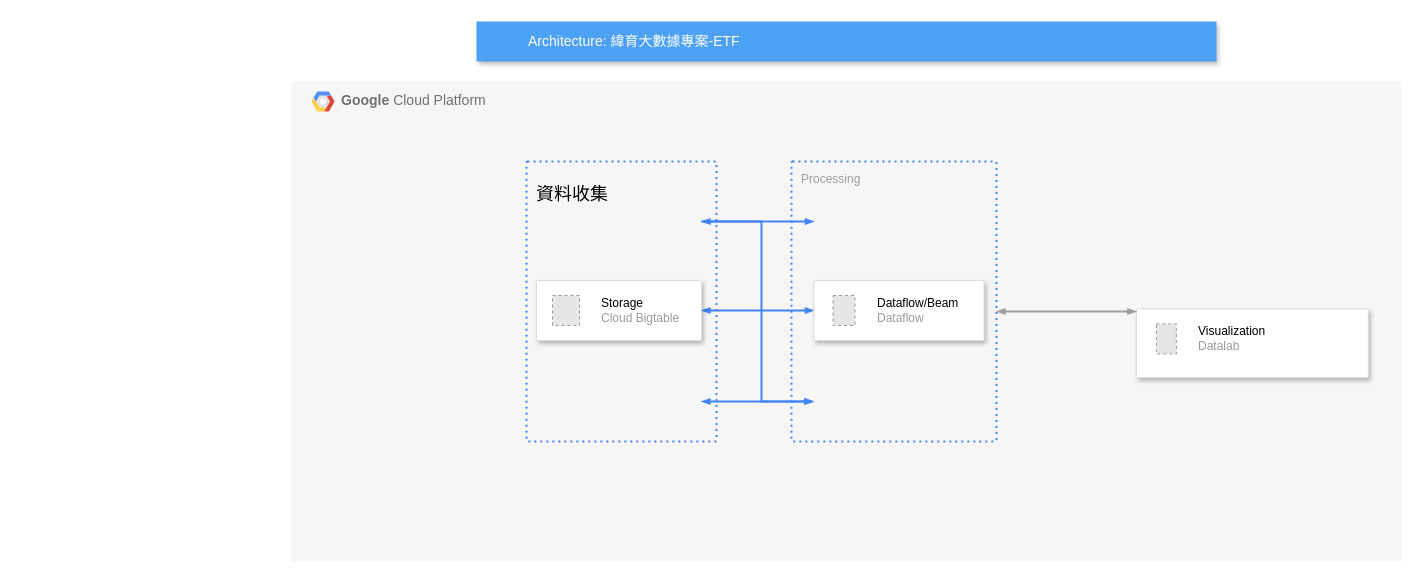
The draw.io diagram 未命名圖表.drawio in DeanNate/ArchitectureDiagram, before the edit. Source tidied: cells renumbered, new cells numbered last; positions are measured from the earlier drawing's top-left corner, leaving out a move shared by most shapes. Both pictures are drawn from the tidied source at 100%, with x=0, y=0 at pixel (291, 21). Pictures stored in the file or linked from it are replaced by grey dashed boxes.
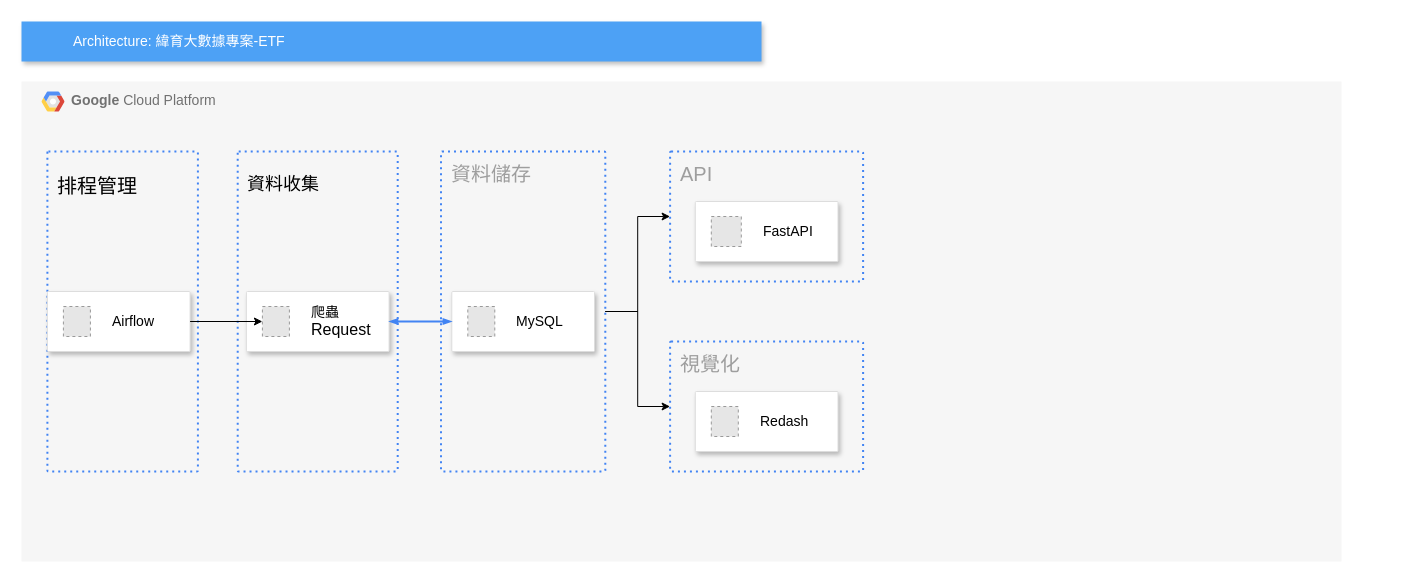
The same page after the edit.

Commit message:
更新未命名圖表.drawio

What changed in the source:
```diff
@@
     <mxCell id="2" value="&lt;b&gt;Google &lt;/b&gt;Cloud Platform" style="fillColor=#F6F6F6;strokeColor=none;shadow=0;gradientColor=none;fontSize=14;align=left;spacing=10;fontColor=#717171;9E9E9E;verticalAlign=top;spacingTop=-4;fontStyle=0;spacingLeft=40;html=1;" parent="1" vertex="1">
-      <mxGeometry y="60" width="1110" height="480" as="geometry" />
+      <mxGeometry x="-270" y="60" width="1320" height="480" as="geometry" />
     </mxCell>
@@
-    <mxCell id="4" style="strokeColor=#dddddd;shadow=1;strokeWidth=1;rounded=1;absoluteArcSize=1;arcSize=2;" parent="2" vertex="1">
-      <mxGeometry x="844.9" y="227.4" width="231.9" height="68.6" as="geometry" />
-    </mxCell>
-    <mxCell id="5" value="&lt;font color=&quot;#000000&quot;&gt;Visualization&lt;/font&gt;&lt;br&gt;Datalab" style="fillColor=#E6E6E6;strokeColor=#999999;dashed=1;html=1;fontColor=#999999;verticalLabelPosition=middle;verticalAlign=middle;labelPosition=right;align=left;spacingLeft=20;" parent="4" vertex="1">
-      <mxGeometry width="20" height="30" relative="1" as="geometry">
-        <mxPoint x="20" y="15" as="offset" />
-      </mxGeometry>
-    </mxCell>
-    <mxCell id="6" value="Processing" style="rounded=1;absoluteArcSize=1;arcSize=2;html=1;strokeColor=#4284F3;gradientColor=none;shadow=0;dashed=1;fontSize=12;fontColor=#9E9E9E;align=left;verticalAlign=top;spacing=10;spacingTop=-4;fillColor=none;dashPattern=1 2;strokeWidth=2;" parent="1" vertex="1">
-      <mxGeometry x="500" y="140" width="205" height="280" as="geometry" />
-    </mxCell>
+    <mxCell id="18" value="&lt;p&gt;&lt;font style=&quot;color: rgb(0, 0, 0); font-size: 20px;&quot;&gt;排程管理&lt;/font&gt;&lt;/p&gt;" style="rounded=1;absoluteArcSize=1;arcSize=2;html=1;strokeColor=#4284F3;gradientColor=none;shadow=0;dashed=1;fontSize=12;fontColor=#9E9E9E;align=left;verticalAlign=top;spacing=10;spacingTop=-4;fillColor=none;dashPattern=1 2;strokeWidth=2;" parent="2" vertex="1">
+      <mxGeometry x="25.9" y="70" width="150.5" height="320" as="geometry" />
+    </mxCell>
+    <mxCell id="19" style="strokeColor=#dddddd;shadow=1;strokeWidth=1;rounded=1;absoluteArcSize=1;arcSize=2;" parent="2" vertex="1">
+      <mxGeometry x="25.9" y="210" width="142.7" height="60" as="geometry" />
+    </mxCell>
+    <mxCell id="20" value="&lt;font style=&quot;font-size: 14px;&quot; color=&quot;#000000&quot;&gt;Airflow&lt;/font&gt;" style="fillColor=#E6E6E6;strokeColor=#999999;dashed=1;html=1;fontColor=#999999;verticalLabelPosition=middle;verticalAlign=middle;labelPosition=right;align=left;spacingLeft=20;" parent="19" vertex="1">
+      <mxGeometry width="27" height="30" relative="1" as="geometry">
+        <mxPoint x="16" y="15" as="offset" />
+      </mxGeometry>
+    </mxCell>
-    <mxCell id="7" value="&lt;p&gt;&lt;font style=&quot;font-size: 18px; color: rgb(0, 0, 0);&quot;&gt;資料收集&lt;/font&gt;&lt;/p&gt;" style="rounded=1;absoluteArcSize=1;arcSize=2;html=1;strokeColor=#4284F3;gradientColor=none;shadow=0;dashed=1;fontSize=12;fontColor=#9E9E9E;align=left;verticalAlign=top;spacing=10;spacingTop=-4;fillColor=none;dashPattern=1 2;strokeWidth=2;" parent="1" vertex="1">
-      <mxGeometry x="235" y="140" width="190" height="280" as="geometry" />
+    <mxCell id="7" value="&lt;p&gt;&lt;font style=&quot;font-size: 18px; color: rgb(0, 0, 0);&quot;&gt;資料收集&lt;/font&gt;&lt;/p&gt;" style="rounded=1;absoluteArcSize=1;arcSize=2;html=1;strokeColor=#4284F3;gradientColor=none;shadow=0;dashed=1;fontSize=12;fontColor=#9E9E9E;align=left;verticalAlign=top;spacing=10;spacingTop=-4;fillColor=none;dashPattern=1 2;strokeWidth=2;" parent="2" vertex="1">
+      <mxGeometry x="216.2" y="70" width="160" height="320" as="geometry" />
     </mxCell>
-    <mxCell id="8" value="Architecture: 緯育大數據專案-ETF" style="fillColor=#4DA1F5;strokeColor=none;shadow=1;gradientColor=none;fontSize=14;align=left;spacingLeft=50;fontColor=#ffffff;html=1;" parent="1" vertex="1">
-      <mxGeometry x="185" width="740" height="40" as="geometry" />
-    </mxCell>
-    <mxCell id="9" style="edgeStyle=orthogonalEdgeStyle;rounded=0;html=1;labelBackgroundColor=none;startFill=1;startSize=4;endArrow=blockThin;endFill=1;endSize=4;jettySize=auto;strokeColor=#4284F3;strokeWidth=2;fontSize=12;fontColor=#000000;align=center;dashed=0;startArrow=blockThin;" parent="1" edge="1" source="14" target="16">
-      <mxGeometry relative="1" as="geometry" />
-    </mxCell>
-    <mxCell id="10" style="edgeStyle=orthogonalEdgeStyle;rounded=0;html=1;labelBackgroundColor=none;startFill=1;startSize=4;endArrow=blockThin;endFill=1;endSize=4;jettySize=auto;orthogonalLoop=1;strokeColor=#4284F3;strokeWidth=2;fontSize=12;fontColor=#000000;align=center;dashed=0;startArrow=blockThin;" parent="1" edge="1">
-      <mxGeometry relative="1" as="geometry">
-        <mxPoint x="410" y="380" as="sourcePoint" />
-        <mxPoint x="522" y="380" as="targetPoint" />
-      </mxGeometry>
-    </mxCell>
-    <mxCell id="11" style="edgeStyle=orthogonalEdgeStyle;rounded=0;html=1;labelBackgroundColor=none;startFill=1;startSize=4;endArrow=blockThin;endFill=1;endSize=4;jettySize=auto;strokeColor=#9E9E9E;strokeWidth=2;fontSize=12;fontColor=#000000;align=center;dashed=0;startArrow=blockThin;" parent="1" edge="1" source="6" target="4">
-      <mxGeometry relative="1" as="geometry">
-        <Array as="points">
-          <mxPoint x="725" y="290" />
-          <mxPoint x="725" y="290" />
-        </Array>
-      </mxGeometry>
-    </mxCell>
-    <mxCell id="12" style="edgeStyle=orthogonalEdgeStyle;rounded=0;html=1;labelBackgroundColor=none;startFill=1;startSize=4;endArrow=blockThin;endFill=1;endSize=4;jettySize=auto;orthogonalLoop=1;strokeColor=#4284F3;strokeWidth=2;fontSize=12;fontColor=#000000;align=center;dashed=0;" parent="1" edge="1">
-      <mxGeometry relative="1" as="geometry">
-        <mxPoint x="410" y="200" as="sourcePoint" />
-        <mxPoint x="522.5" y="200" as="targetPoint" />
-      </mxGeometry>
-    </mxCell>
-    <mxCell id="13" style="edgeStyle=orthogonalEdgeStyle;rounded=0;html=1;labelBackgroundColor=none;startFill=1;startSize=4;endArrow=blockThin;endFill=1;endSize=4;jettySize=auto;orthogonalLoop=1;strokeColor=#4284F3;strokeWidth=2;fontSize=12;fontColor=#000000;align=center;dashed=0;startArrow=blockThin;" parent="1" edge="1">
-      <mxGeometry relative="1" as="geometry">
-        <mxPoint x="410" y="200" as="sourcePoint" />
-        <mxPoint x="522" y="380" as="targetPoint" />
-        <Array as="points">
-          <mxPoint x="470" y="200" />
-          <mxPoint x="470" y="380" />
-        </Array>
-      </mxGeometry>
-    </mxCell>
-    <mxCell id="14" style="strokeColor=#dddddd;shadow=1;strokeWidth=1;rounded=1;absoluteArcSize=1;arcSize=2;" parent="1" vertex="1">
-      <mxGeometry x="245" y="259" width="165" height="60" as="geometry" />
+    <mxCell id="14" style="strokeColor=#dddddd;shadow=1;strokeWidth=1;rounded=1;absoluteArcSize=1;arcSize=2;" parent="2" vertex="1">
+      <mxGeometry x="224.9" y="210" width="142.7" height="60" as="geometry" />
     </mxCell>
-    <mxCell id="15" value="&lt;font color=&quot;#000000&quot;&gt;Storage&lt;/font&gt;&lt;br&gt;Cloud Bigtable" style="fillColor=#E6E6E6;strokeColor=#999999;dashed=1;html=1;fontColor=#999999;verticalLabelPosition=middle;verticalAlign=middle;labelPosition=right;align=left;spacingLeft=20;" parent="14" vertex="1">
+    <mxCell id="15" value="&lt;font style=&quot;font-size: 14px;&quot; color=&quot;#000000&quot;&gt;爬蟲&lt;/font&gt;&lt;div&gt;&lt;font size=&quot;3&quot; color=&quot;#000000&quot;&gt;Request&lt;/font&gt;&lt;/div&gt;" style="fillColor=#E6E6E6;strokeColor=#999999;dashed=1;html=1;fontColor=#999999;verticalLabelPosition=middle;verticalAlign=middle;labelPosition=right;align=left;spacingLeft=20;" parent="14" vertex="1">
       <mxGeometry width="27" height="30" relative="1" as="geometry">
         <mxPoint x="16" y="15" as="offset" />
       </mxGeometry>
     </mxCell>
-    <mxCell id="16" style="strokeColor=#dddddd;shadow=1;strokeWidth=1;rounded=1;absoluteArcSize=1;arcSize=2;" parent="1" vertex="1">
-      <mxGeometry x="522.5" y="259" width="170" height="60" as="geometry" />
-    </mxCell>
-    <mxCell id="17" value="&lt;font color=&quot;#000000&quot;&gt;Dataflow/Beam&lt;/font&gt;&lt;br&gt;Dataflow" style="fillColor=#E6E6E6;strokeColor=#999999;dashed=1;html=1;fontColor=#999999;verticalLabelPosition=middle;verticalAlign=middle;labelPosition=right;align=left;spacingLeft=20;" parent="16" vertex="1">
-      <mxGeometry width="22" height="30" relative="1" as="geometry">
-        <mxPoint x="19" y="15" as="offset" />
-      </mxGeometry>
-    </mxCell>
+    <mxCell id="21" style="edgeStyle=orthogonalEdgeStyle;rounded=0;jettySize=auto;html=1;" parent="2" edge="1" source="19" target="15">
+      <mxGeometry relative="1" as="geometry" />
+    </mxCell>
+    <mxCell id="22" style="edgeStyle=orthogonalEdgeStyle;rounded=0;jettySize=auto;html=1;entryX=0;entryY=0.5;entryDx=0;entryDy=0;" parent="2" edge="1" source="6" target="28">
+      <mxGeometry relative="1" as="geometry" />
+    </mxCell>
+    <mxCell id="23" style="edgeStyle=orthogonalEdgeStyle;rounded=0;jettySize=auto;html=1;entryX=0;entryY=0.5;entryDx=0;entryDy=0;" parent="2" edge="1" source="6" target="27">
+      <mxGeometry relative="1" as="geometry" />
+    </mxCell>
+    <mxCell id="6" value="&lt;font style=&quot;font-size: 20px;&quot;&gt;資料儲存&lt;/font&gt;" style="rounded=1;absoluteArcSize=1;arcSize=2;html=1;strokeColor=#4284F3;gradientColor=none;shadow=0;dashed=1;fontSize=12;fontColor=#9E9E9E;align=left;verticalAlign=top;spacing=10;spacingTop=-4;fillColor=none;dashPattern=1 2;strokeWidth=2;" parent="2" vertex="1">
+      <mxGeometry x="419.5" y="70" width="164.3" height="320" as="geometry" />
+    </mxCell>
+    <mxCell id="24" style="strokeColor=#dddddd;shadow=1;strokeWidth=1;rounded=1;absoluteArcSize=1;arcSize=2;" parent="2" vertex="1">
+      <mxGeometry x="430.3" y="210" width="142.7" height="60" as="geometry" />
+    </mxCell>
+    <mxCell id="25" value="&lt;font color=&quot;#000000&quot;&gt;&lt;span style=&quot;font-size: 14px;&quot;&gt;MySQL&lt;/span&gt;&lt;/font&gt;" style="fillColor=#E6E6E6;strokeColor=#999999;dashed=1;html=1;fontColor=#999999;verticalLabelPosition=middle;verticalAlign=middle;labelPosition=right;align=left;spacingLeft=20;" parent="24" vertex="1">
+      <mxGeometry width="27" height="30" relative="1" as="geometry">
+        <mxPoint x="16" y="15" as="offset" />
+      </mxGeometry>
+    </mxCell>
+    <mxCell id="26" style="edgeStyle=orthogonalEdgeStyle;rounded=0;html=1;labelBackgroundColor=none;startFill=1;startSize=4;endArrow=blockThin;endFill=1;endSize=4;jettySize=auto;strokeColor=#4284F3;strokeWidth=2;fontSize=12;fontColor=#000000;align=center;dashed=0;startArrow=blockThin;" parent="2" edge="1" source="14" target="24">
+      <mxGeometry relative="1" as="geometry" />
+    </mxCell>
+    <mxCell id="27" value="&lt;span style=&quot;font-size: 20px;&quot;&gt;視覺化&lt;/span&gt;" style="rounded=1;absoluteArcSize=1;arcSize=2;html=1;strokeColor=#4284F3;gradientColor=none;shadow=0;dashed=1;fontSize=12;fontColor=#9E9E9E;align=left;verticalAlign=top;spacing=10;spacingTop=-4;fillColor=none;dashPattern=1 2;strokeWidth=2;" parent="2" vertex="1">
+      <mxGeometry x="648.6" y="260" width="193" height="130" as="geometry" />
+    </mxCell>
+    <mxCell id="28" value="&lt;span style=&quot;font-size: 20px;&quot;&gt;API&lt;/span&gt;" style="rounded=1;absoluteArcSize=1;arcSize=2;html=1;strokeColor=#4284F3;gradientColor=none;shadow=0;dashed=1;fontSize=12;fontColor=#9E9E9E;align=left;verticalAlign=top;spacing=10;spacingTop=-4;fillColor=none;dashPattern=1 2;strokeWidth=2;" parent="2" vertex="1">
+      <mxGeometry x="648.6" y="70" width="193" height="130" as="geometry" />
+    </mxCell>
+    <mxCell id="29" style="strokeColor=#dddddd;shadow=1;strokeWidth=1;rounded=1;absoluteArcSize=1;arcSize=2;" parent="2" vertex="1">
+      <mxGeometry x="673.8" y="310" width="142.7" height="60" as="geometry" />
+    </mxCell>
+    <mxCell id="30" value="&lt;font color=&quot;#000000&quot;&gt;&lt;span style=&quot;font-size: 14px;&quot;&gt;Redash&lt;/span&gt;&lt;/font&gt;" style="fillColor=#E6E6E6;strokeColor=#999999;dashed=1;html=1;fontColor=#999999;verticalLabelPosition=middle;verticalAlign=middle;labelPosition=right;align=left;spacingLeft=20;" parent="29" vertex="1">
+      <mxGeometry width="27" height="30" relative="1" as="geometry">
+        <mxPoint x="16" y="15" as="offset" />
+      </mxGeometry>
+    </mxCell>
+    <mxCell id="31" style="strokeColor=#dddddd;shadow=1;strokeWidth=1;rounded=1;absoluteArcSize=1;arcSize=2;" parent="2" vertex="1">
+      <mxGeometry x="673.8" y="120" width="142.7" height="60" as="geometry" />
+    </mxCell>
+    <mxCell id="32" value="&lt;font color=&quot;#000000&quot;&gt;&lt;span style=&quot;font-size: 14px;&quot;&gt;FastAPI&lt;/span&gt;&lt;/font&gt;" style="fillColor=#E6E6E6;strokeColor=#999999;dashed=1;html=1;fontColor=#999999;verticalLabelPosition=middle;verticalAlign=middle;labelPosition=right;align=left;spacingLeft=20;" parent="31" vertex="1">
+      <mxGeometry width="30" height="30" relative="1" as="geometry">
+        <mxPoint x="16" y="15" as="offset" />
+      </mxGeometry>
+    </mxCell>
+    <mxCell id="8" value="Architecture: 緯育大數據專案-ETF" style="fillColor=#4DA1F5;strokeColor=none;shadow=1;gradientColor=none;fontSize=14;align=left;spacingLeft=50;fontColor=#ffffff;html=1;" parent="1" vertex="1">
+      <mxGeometry x="-270" width="740" height="40" as="geometry" />
+    </mxCell>
```
